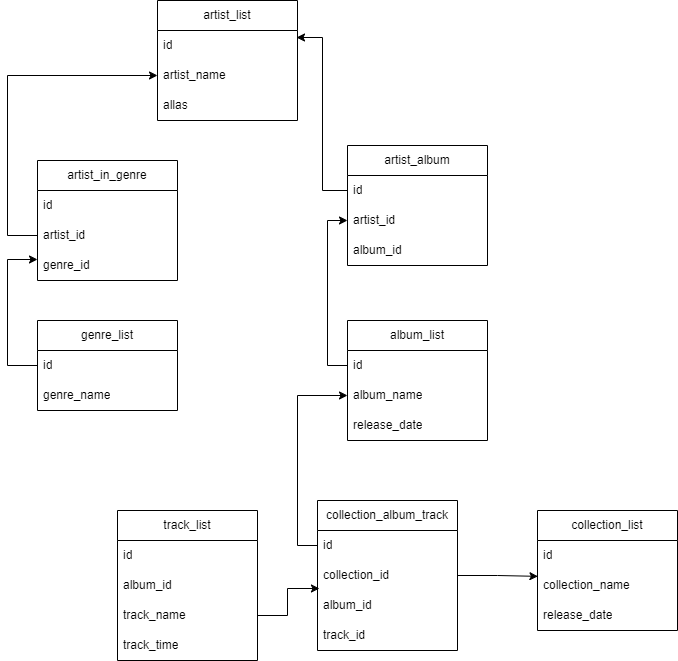
This is task 2.png from Retroman95/DB_HomeWork, a draw.io export, as it was before one commit. Source tidied: cells renumbered, new cells last; positions are measured from the earlier drawing's top-left corner, leaving out a move shared by most shapes.
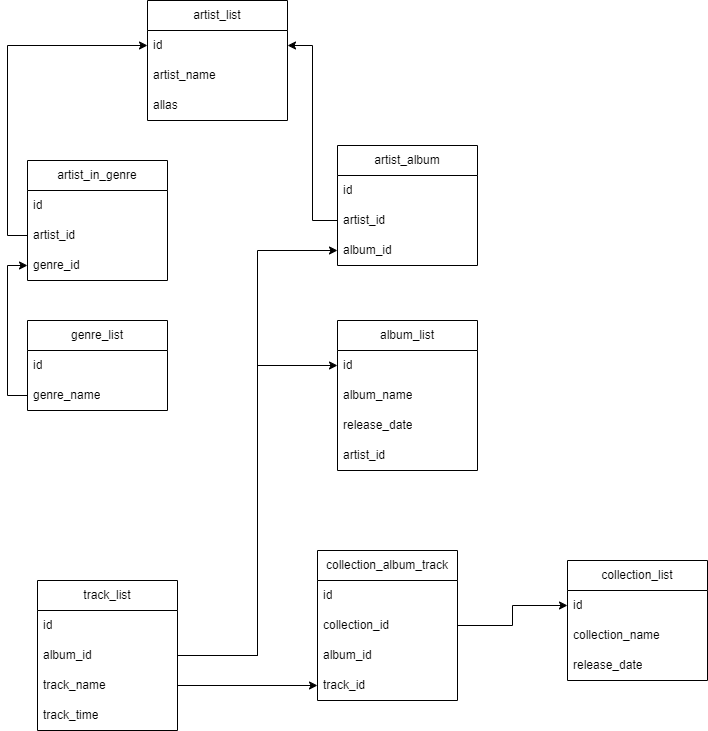
The same file after the commit.

Change to the diagram source:
```diff
@@ -26,14 +26,6 @@
     <mxCell id="9" value="genre_id" style="text;strokeColor=none;fillColor=none;align=left;verticalAlign=middle;spacingLeft=4;spacingRight=4;overflow=hidden;points=[[0,0.5],[1,0.5]];portConstraint=eastwest;whiteSpace=wrap;html=1;" parent="6" vertex="1">
       <mxGeometry y="90" width="140" height="30" as="geometry" />
     </mxCell>
-    <mxCell id="10" style="edgeStyle=orthogonalEdgeStyle;rounded=0;jettySize=auto;html=1;entryX=0;entryY=0.5;entryDx=0;entryDy=0;" parent="1" edge="1" source="8" target="4">
-      <mxGeometry relative="1" as="geometry">
-        <Array as="points">
-          <mxPoint y="235" />
-          <mxPoint y="75" />
-        </Array>
-      </mxGeometry>
-    </mxCell>
     <mxCell id="11" value="genre_list" style="swimlane;fontStyle=0;horizontal=1;startSize=30;whiteSpace=wrap;html=1;" parent="1" vertex="1">
       <mxGeometry x="30" y="320" width="140" height="90" as="geometry" />
     </mxCell>
@@ -43,16 +35,8 @@
     <mxCell id="13" value="genre_name" style="text;strokeColor=none;fillColor=none;align=left;verticalAlign=middle;spacingLeft=4;spacingRight=4;overflow=hidden;points=[[0,0.5],[1,0.5]];portConstraint=eastwest;whiteSpace=wrap;html=1;" parent="11" vertex="1">
       <mxGeometry y="60" width="140" height="30" as="geometry" />
     </mxCell>
-    <mxCell id="14" style="edgeStyle=orthogonalEdgeStyle;rounded=0;jettySize=auto;html=1;entryX=0;entryY=0.3;entryDx=0;entryDy=0;entryPerimeter=0;" parent="1" edge="1" source="12" target="9">
-      <mxGeometry relative="1" as="geometry">
-        <Array as="points">
-          <mxPoint y="365" />
-          <mxPoint y="259" />
-        </Array>
-      </mxGeometry>
-    </mxCell>
     <mxCell id="15" value="track_list" style="swimlane;fontStyle=0;horizontal=1;startSize=30;whiteSpace=wrap;html=1;" parent="1" vertex="1">
-      <mxGeometry x="110" y="510" width="140" height="150" as="geometry" />
+      <mxGeometry x="40" y="580" width="140" height="150" as="geometry" />
     </mxCell>
     <mxCell id="16" value="id" style="text;strokeColor=none;fillColor=none;align=left;verticalAlign=middle;spacingLeft=4;spacingRight=4;overflow=hidden;whiteSpace=wrap;html=1;" parent="15" vertex="1">
       <mxGeometry y="30" width="140" height="30" as="geometry" />
@@ -66,8 +50,11 @@
     <mxCell id="19" value="track_time" style="text;strokeColor=none;fillColor=none;align=left;verticalAlign=middle;spacingLeft=4;spacingRight=4;overflow=hidden;whiteSpace=wrap;html=1;" parent="15" vertex="1">
       <mxGeometry y="120" width="140" height="30" as="geometry" />
     </mxCell>
+    <mxCell id="42" style="edgeStyle=orthogonalEdgeStyle;rounded=0;jettySize=auto;html=1;entryX=0;entryY=0.5;entryDx=0;entryDy=0;" parent="1" edge="1" source="20" target="27">
+      <mxGeometry relative="1" as="geometry" />
+    </mxCell>
     <mxCell id="20" value="collection_album_track" style="swimlane;fontStyle=0;horizontal=1;startSize=30;whiteSpace=wrap;html=1;" parent="1" vertex="1">
-      <mxGeometry x="310" y="500" width="140" height="150" as="geometry" />
+      <mxGeometry x="320" y="550" width="140" height="150" as="geometry" />
     </mxCell>
     <mxCell id="21" value="id" style="text;strokeColor=none;fillColor=none;align=left;verticalAlign=middle;spacingLeft=4;spacingRight=4;overflow=hidden;points=[[0,0.5],[1,0.5]];portConstraint=eastwest;whiteSpace=wrap;html=1;" parent="20" vertex="1">
       <mxGeometry y="30" width="140" height="30" as="geometry" />
@@ -81,11 +68,11 @@
     <mxCell id="24" value="track_id" style="text;strokeColor=none;fillColor=none;align=left;verticalAlign=middle;spacingLeft=4;spacingRight=4;overflow=hidden;points=[[0,0.5],[1,0.5]];portConstraint=eastwest;whiteSpace=wrap;html=1;" parent="20" vertex="1">
       <mxGeometry y="120" width="140" height="30" as="geometry" />
     </mxCell>
-    <mxCell id="25" style="edgeStyle=orthogonalEdgeStyle;rounded=0;jettySize=auto;html=1;entryX=0.014;entryY=-0.067;entryDx=0;entryDy=0;entryPerimeter=0;" parent="1" edge="1" source="18" target="23">
+    <mxCell id="25" style="edgeStyle=orthogonalEdgeStyle;rounded=0;jettySize=auto;html=1;entryX=0;entryY=0.5;entryDx=0;entryDy=0;exitX=1;exitY=0.5;exitDx=0;exitDy=0;" parent="1" edge="1" source="17" target="32">
       <mxGeometry relative="1" as="geometry" />
     </mxCell>
     <mxCell id="26" value="collection_list" style="swimlane;fontStyle=0;horizontal=1;startSize=30;whiteSpace=wrap;html=1;" parent="1" vertex="1">
-      <mxGeometry x="530" y="510" width="140" height="120" as="geometry" />
+      <mxGeometry x="570" y="560" width="140" height="120" as="geometry" />
     </mxCell>
     <mxCell id="27" value="id" style="text;strokeColor=none;fillColor=none;align=left;verticalAlign=middle;spacingLeft=4;spacingRight=4;overflow=hidden;points=[[0,0.5],[1,0.5]];portConstraint=eastwest;whiteSpace=wrap;html=1;" parent="26" vertex="1">
       <mxGeometry y="30" width="140" height="30" as="geometry" />
@@ -96,11 +83,8 @@
     <mxCell id="29" value="release_date" style="text;strokeColor=none;fillColor=none;align=left;verticalAlign=middle;spacingLeft=4;spacingRight=4;overflow=hidden;whiteSpace=wrap;html=1;" parent="26" vertex="1">
       <mxGeometry y="90" width="140" height="30" as="geometry" />
     </mxCell>
-    <mxCell id="30" style="edgeStyle=orthogonalEdgeStyle;rounded=0;jettySize=auto;html=1;exitX=1;exitY=0.5;exitDx=0;exitDy=0;entryX=0.003;entryY=0.195;entryDx=0;entryDy=0;entryPerimeter=0;" parent="1" edge="1" source="22" target="28">
-      <mxGeometry relative="1" as="geometry" />
-    </mxCell>
     <mxCell id="31" value="album_list" style="swimlane;fontStyle=0;horizontal=1;startSize=30;whiteSpace=wrap;html=1;" parent="1" vertex="1">
-      <mxGeometry x="340" y="320" width="140" height="120" as="geometry" />
+      <mxGeometry x="340" y="320" width="140" height="150" as="geometry" />
     </mxCell>
     <mxCell id="32" value="id" style="text;strokeColor=none;fillColor=none;align=left;verticalAlign=middle;spacingLeft=4;spacingRight=4;overflow=hidden;points=[[0,0.5],[1,0.5]];portConstraint=eastwest;whiteSpace=wrap;html=1;" parent="31" vertex="1">
       <mxGeometry y="30" width="140" height="30" as="geometry" />
@@ -111,6 +95,9 @@
     <mxCell id="34" value="release_date" style="text;strokeColor=none;fillColor=none;align=left;verticalAlign=middle;spacingLeft=4;spacingRight=4;overflow=hidden;whiteSpace=wrap;html=1;" parent="31" vertex="1">
       <mxGeometry y="90" width="140" height="30" as="geometry" />
     </mxCell>
+    <mxCell id="43" value="artist_id" style="text;strokeColor=none;fillColor=none;align=left;verticalAlign=middle;spacingLeft=4;spacingRight=4;overflow=hidden;whiteSpace=wrap;html=1;" parent="31" vertex="1">
+      <mxGeometry y="120" width="140" height="30" as="geometry" />
+    </mxCell>
     <mxCell id="35" value="artist_album" style="swimlane;fontStyle=0;horizontal=1;startSize=30;whiteSpace=wrap;html=1;" parent="1" vertex="1">
       <mxGeometry x="340" y="145" width="140" height="120" as="geometry" />
     </mxCell>
@@ -123,14 +110,20 @@
     <mxCell id="38" value="album_id" style="text;strokeColor=none;fillColor=none;align=left;verticalAlign=middle;spacingLeft=4;spacingRight=4;overflow=hidden;points=[[0,0.5],[1,0.5]];portConstraint=eastwest;whiteSpace=wrap;html=1;" parent="35" vertex="1">
       <mxGeometry y="90" width="140" height="30" as="geometry" />
     </mxCell>
-    <mxCell id="39" style="edgeStyle=orthogonalEdgeStyle;rounded=0;jettySize=auto;html=1;exitX=0;exitY=0.5;exitDx=0;exitDy=0;entryX=0;entryY=0.5;entryDx=0;entryDy=0;" parent="1" edge="1" source="21" target="33">
-      <mxGeometry relative="1" as="geometry" />
-    </mxCell>
-    <mxCell id="40" style="edgeStyle=orthogonalEdgeStyle;rounded=0;jettySize=auto;html=1;entryX=0;entryY=0.5;entryDx=0;entryDy=0;" parent="1" edge="1" source="32" target="37">
-      <mxGeometry relative="1" as="geometry" />
-    </mxCell>
-    <mxCell id="41" style="edgeStyle=orthogonalEdgeStyle;rounded=0;jettySize=auto;html=1;entryX=0.993;entryY=0.233;entryDx=0;entryDy=0;entryPerimeter=0;" parent="1" edge="1" source="36" target="3">
-      <mxGeometry relative="1" as="geometry" />
-    </mxCell>
+    <mxCell id="44" style="edgeStyle=orthogonalEdgeStyle;rounded=0;jettySize=auto;html=1;exitX=1;exitY=0.5;exitDx=0;exitDy=0;entryX=0;entryY=0.5;entryDx=0;entryDy=0;" parent="1" edge="1" source="18" target="24">
+      <mxGeometry relative="1" as="geometry" />
+    </mxCell>
+    <mxCell id="45" style="edgeStyle=orthogonalEdgeStyle;rounded=0;jettySize=auto;html=1;exitX=0;exitY=0.5;exitDx=0;exitDy=0;entryX=0;entryY=0.5;entryDx=0;entryDy=0;" parent="1" edge="1" source="13" target="9">
+      <mxGeometry relative="1" as="geometry" />
+    </mxCell>
+    <mxCell id="46" style="edgeStyle=orthogonalEdgeStyle;rounded=0;jettySize=auto;html=1;exitX=0;exitY=0.5;exitDx=0;exitDy=0;entryX=0;entryY=0.5;entryDx=0;entryDy=0;" parent="1" edge="1" source="8" target="3">
+      <mxGeometry relative="1" as="geometry" />
+    </mxCell>
+    <mxCell id="47" style="edgeStyle=orthogonalEdgeStyle;rounded=0;jettySize=auto;html=1;exitX=0;exitY=0.5;exitDx=0;exitDy=0;entryX=1;entryY=0.5;entryDx=0;entryDy=0;" parent="1" edge="1" source="37" target="3">
+      <mxGeometry relative="1" as="geometry" />
+    </mxCell>
+    <mxCell id="48" style="edgeStyle=orthogonalEdgeStyle;rounded=0;jettySize=auto;html=1;exitX=1;exitY=0.5;exitDx=0;exitDy=0;" parent="1" edge="1" source="17" target="38">
+      <mxGeometry relative="1" as="geometry" />
+    </mxCell>
   </root>
 </mxGraphModel>
```
